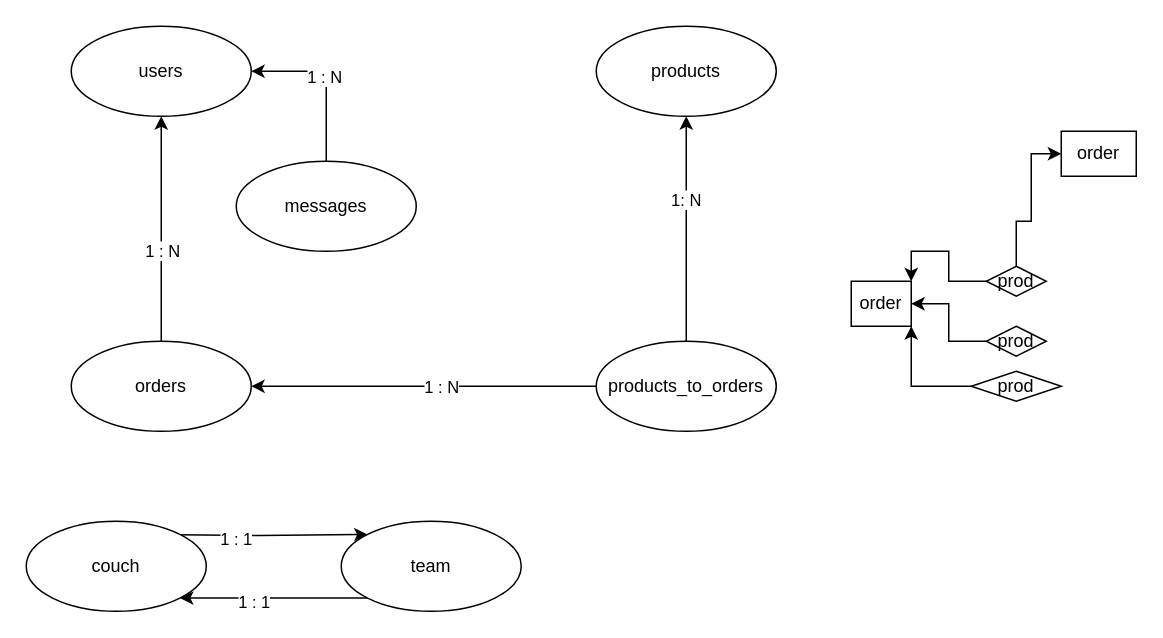
Before: sql/db.drawio in freshjs-fte/sql-start, a draw.io diagram. Source tidied: cells renumbered, new cells numbered last; positions are measured from the earlier drawing's top-left corner, leaving out a move shared by most shapes. Both pictures are drawn from the tidied source at 150%, with x=0, y=0 at pixel (26, 26).
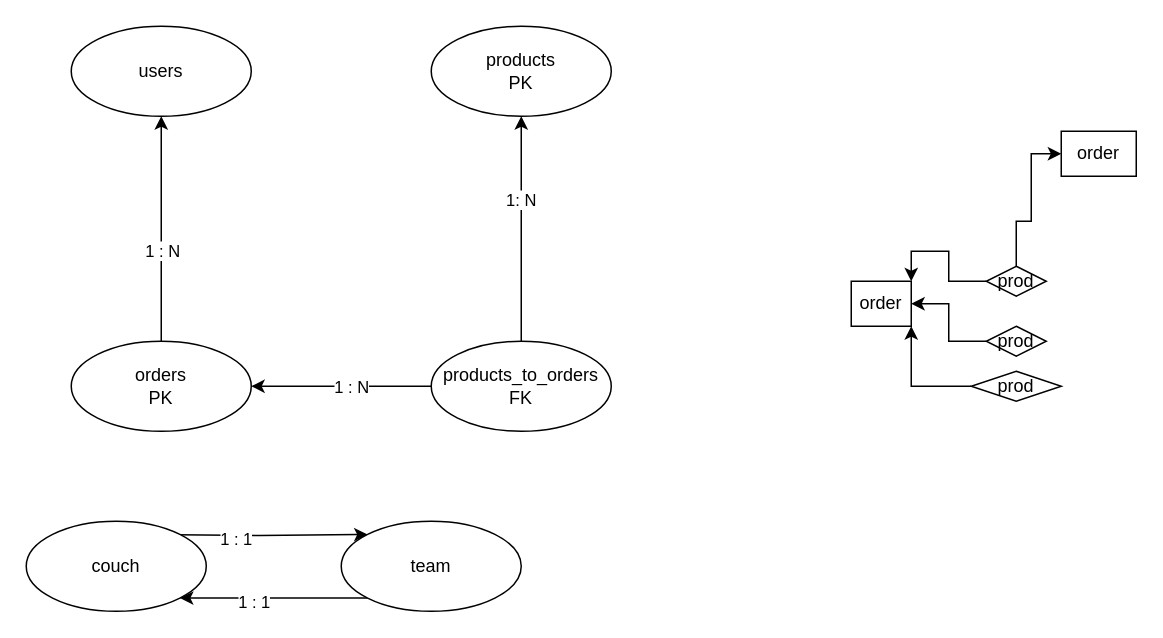
After the change.

Unchanged cells that the change refers to:
```xml
<mxCell id="2" value="users" style="ellipse;whiteSpace=wrap;html=1;" parent="1" vertex="1">
  <mxGeometry x="30" width="120" height="60" as="geometry" />
</mxCell>
```

The edit, as a diff of the source:
```diff
@@
-    <mxCell id="3" style="edgeStyle=orthogonalEdgeStyle;rounded=0;jettySize=auto;html=1;entryX=1;entryY=0.5;entryDx=0;entryDy=0;" parent="1" edge="1" source="5" target="2">
-      <mxGeometry relative="1" as="geometry" />
-    </mxCell>
-    <mxCell id="4" value="1 : N" style="edgeLabel;html=1;align=center;verticalAlign=middle;" parent="3" vertex="1">
-      <mxGeometry x="0.03" y="2" relative="1" as="geometry" />
-    </mxCell>
-    <mxCell id="5" value="messages" style="ellipse;whiteSpace=wrap;html=1;" parent="1" vertex="1">
-      <mxGeometry x="140" y="90" width="120" height="60" as="geometry" />
-    </mxCell>
@@
-    <mxCell id="8" value="orders" style="ellipse;whiteSpace=wrap;html=1;" parent="1" vertex="1">
+    <mxCell id="8" value="orders&lt;br&gt;PK" style="ellipse;whiteSpace=wrap;html=1;" parent="1" vertex="1">
       <mxGeometry x="30" y="210" width="120" height="60" as="geometry" />
     </mxCell>
-    <mxCell id="9" value="products" style="ellipse;whiteSpace=wrap;html=1;" parent="1" vertex="1">
-      <mxGeometry x="380" width="120" height="60" as="geometry" />
+    <mxCell id="9" value="products&lt;br&gt;PK" style="ellipse;whiteSpace=wrap;html=1;" parent="1" vertex="1">
+      <mxGeometry x="270" width="120" height="60" as="geometry" />
     </mxCell>
@@
-    <mxCell id="20" value="products_to_orders" style="ellipse;whiteSpace=wrap;html=1;" parent="1" vertex="1">
-      <mxGeometry x="380" y="210" width="120" height="60" as="geometry" />
+    <mxCell id="20" value="products_to_orders&lt;br&gt;FK" style="ellipse;whiteSpace=wrap;html=1;" parent="1" vertex="1">
+      <mxGeometry x="270" y="210" width="120" height="60" as="geometry" />
     </mxCell>
```
